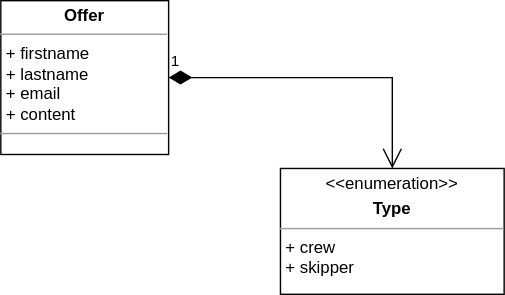
Before: doc/design/model-offers.drawio.svg, a diagram exported from draw.io (Manon00/web-races-module). Source tidied: cells renumbered, new cells last; positions are measured from the earlier drawing's top-left corner, leaving out a move shared by most shapes. Its diagram source:
```xml
<mxGraphModel>
  <root>
    <mxCell id="0" style="html=1;" />
    <mxCell id="1" style="html=1;" parent="0" />
    <mxCell id="2" value="&lt;p style=&quot;margin: 0px ; margin-top: 4px ; text-align: center&quot;&gt;&lt;b&gt;Offer&lt;/b&gt;&lt;/p&gt;&lt;hr size=&quot;1&quot;&gt;&lt;p style=&quot;margin: 0px ; margin-left: 4px&quot;&gt;+ firstname&lt;/p&gt;&lt;p style=&quot;margin: 0px ; margin-left: 4px&quot;&gt;+ lastname&lt;/p&gt;&lt;p style=&quot;margin: 0px ; margin-left: 4px&quot;&gt;+ email&lt;/p&gt;&lt;p style=&quot;margin: 0px ; margin-left: 4px&quot;&gt;+ content&lt;/p&gt;&lt;hr size=&quot;1&quot;&gt;&lt;p style=&quot;margin: 0px ; margin-left: 4px&quot;&gt;&lt;br&gt;&lt;/p&gt;" style="verticalAlign=top;align=left;overflow=fill;fontSize=12;fontFamily=Helvetica;html=1;" parent="1" vertex="1">
      <mxGeometry width="120" height="110" as="geometry" />
    </mxCell>
    <mxCell id="3" value="&lt;p style=&quot;margin: 0px ; margin-top: 4px ; text-align: center&quot;&gt;&amp;lt;&amp;lt;enumeration&amp;gt;&amp;gt;&lt;/p&gt;&lt;p style=&quot;margin: 0px ; margin-top: 4px ; text-align: center&quot;&gt;&lt;b&gt;Type&lt;/b&gt;&lt;/p&gt;&lt;hr size=&quot;1&quot;&gt;&lt;p style=&quot;margin: 0px ; margin-left: 4px&quot;&gt;+ crew&lt;/p&gt;&lt;p style=&quot;margin: 0px ; margin-left: 4px&quot;&gt;+ skipper&lt;/p&gt;" style="verticalAlign=top;align=left;overflow=fill;fontSize=12;fontFamily=Helvetica;html=1;" parent="1" vertex="1">
      <mxGeometry x="200" y="120" width="160" height="90" as="geometry" />
    </mxCell>
    <mxCell id="4" value="1" style="endArrow=open;html=1;endSize=12;startArrow=diamondThin;startSize=14;startFill=1;edgeStyle=orthogonalEdgeStyle;align=left;verticalAlign=bottom;rounded=0;" parent="1" edge="1" source="2" target="3">
      <mxGeometry x="-1" y="3" relative="1" as="geometry" />
    </mxCell>
  </root>
</mxGraphModel>
```
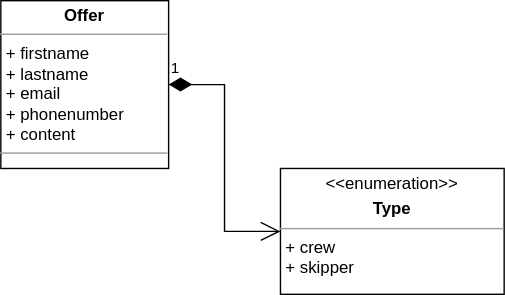
Above is the later version.

Commit message:
Ajout du numéro de téléphone dans les coordonnées d'une offre

The edit, as a diff of the source:
```diff
@@ -2,8 +2,8 @@
   <root>
     <mxCell id="0" style="html=1;" />
     <mxCell id="1" style="html=1;" parent="0" />
-    <mxCell id="2" value="&lt;p style=&quot;margin: 0px ; margin-top: 4px ; text-align: center&quot;&gt;&lt;b&gt;Offer&lt;/b&gt;&lt;/p&gt;&lt;hr size=&quot;1&quot;&gt;&lt;p style=&quot;margin: 0px ; margin-left: 4px&quot;&gt;+ firstname&lt;/p&gt;&lt;p style=&quot;margin: 0px ; margin-left: 4px&quot;&gt;+ lastname&lt;/p&gt;&lt;p style=&quot;margin: 0px ; margin-left: 4px&quot;&gt;+ email&lt;/p&gt;&lt;p style=&quot;margin: 0px ; margin-left: 4px&quot;&gt;+ content&lt;/p&gt;&lt;hr size=&quot;1&quot;&gt;&lt;p style=&quot;margin: 0px ; margin-left: 4px&quot;&gt;&lt;br&gt;&lt;/p&gt;" style="verticalAlign=top;align=left;overflow=fill;fontSize=12;fontFamily=Helvetica;html=1;" parent="1" vertex="1">
-      <mxGeometry width="120" height="110" as="geometry" />
+    <mxCell id="2" value="&lt;p style=&quot;margin: 0px ; margin-top: 4px ; text-align: center&quot;&gt;&lt;b&gt;Offer&lt;/b&gt;&lt;/p&gt;&lt;hr size=&quot;1&quot;&gt;&lt;p style=&quot;margin: 0px ; margin-left: 4px&quot;&gt;+ firstname&lt;/p&gt;&lt;p style=&quot;margin: 0px ; margin-left: 4px&quot;&gt;+ lastname&lt;/p&gt;&lt;p style=&quot;margin: 0px ; margin-left: 4px&quot;&gt;+ email&lt;/p&gt;&lt;p style=&quot;margin: 0px ; margin-left: 4px&quot;&gt;+ phonenumber&lt;/p&gt;&lt;p style=&quot;margin: 0px ; margin-left: 4px&quot;&gt;+ content&lt;/p&gt;&lt;hr size=&quot;1&quot;&gt;&lt;p style=&quot;margin: 0px ; margin-left: 4px&quot;&gt;&lt;br&gt;&lt;/p&gt;" style="verticalAlign=top;align=left;overflow=fill;fontSize=12;fontFamily=Helvetica;html=1;" parent="1" vertex="1">
+      <mxGeometry width="120" height="120" as="geometry" />
     </mxCell>
     <mxCell id="3" value="&lt;p style=&quot;margin: 0px ; margin-top: 4px ; text-align: center&quot;&gt;&amp;lt;&amp;lt;enumeration&amp;gt;&amp;gt;&lt;/p&gt;&lt;p style=&quot;margin: 0px ; margin-top: 4px ; text-align: center&quot;&gt;&lt;b&gt;Type&lt;/b&gt;&lt;/p&gt;&lt;hr size=&quot;1&quot;&gt;&lt;p style=&quot;margin: 0px ; margin-left: 4px&quot;&gt;+ crew&lt;/p&gt;&lt;p style=&quot;margin: 0px ; margin-left: 4px&quot;&gt;+ skipper&lt;/p&gt;" style="verticalAlign=top;align=left;overflow=fill;fontSize=12;fontFamily=Helvetica;html=1;" parent="1" vertex="1">
       <mxGeometry x="200" y="120" width="160" height="90" as="geometry" />
```
